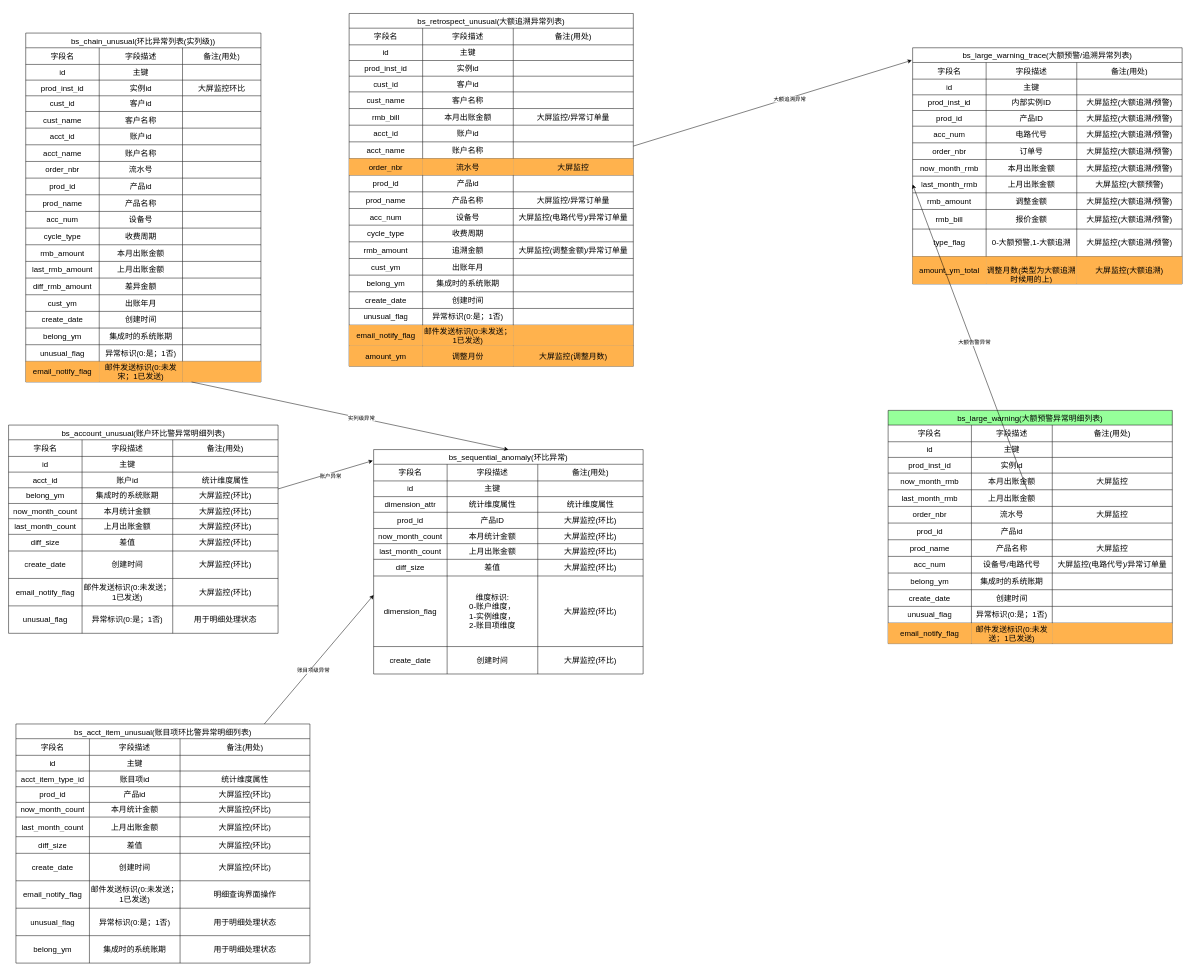
Before: page "表结构" (1 of 3) of 环比异常设计.drawio in kunge2013/draw_view, a draw.io diagram. Source tidied: cells renumbered, new cells numbered last; positions are measured from the earlier drawing's top-left corner, leaving out a move shared by most shapes. Both pictures are drawn from the tidied source at 49%, with x=0, y=0 at pixel (8, 13).
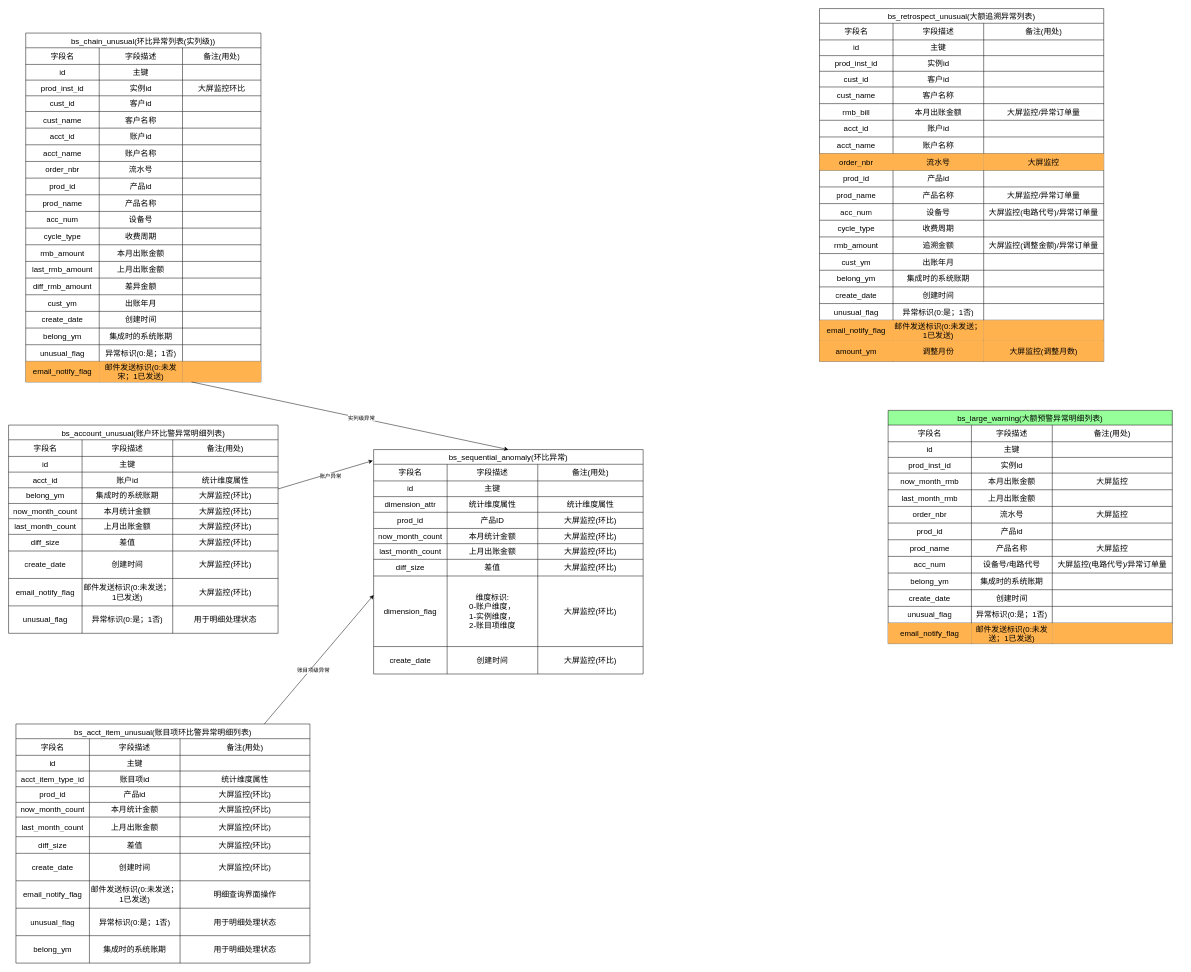
Above is the later version.

Commit message:
更新环比异常设计.drawio

The change refers to these unchanged cells:
```xml
<mxCell id="232" style="shape=tableRow;horizontal=0;startSize=0;swimlaneHead=0;swimlaneBody=0;strokeColor=inherit;top=0;left=0;bottom=0;right=0;fillColor=none;points=[[0,0.5],[1,0.5]];portConstraint=eastwest;fontSize=16;" parent="215" vertex="1">
  <mxGeometry y="162" width="580" height="34" as="geometry" />
</mxCell>
```

Change to the diagram source:
```diff
@@
-    <mxCell id="83" style="edgeStyle=none;rounded=0;jettySize=auto;html=1;entryX=-0.003;entryY=0.053;entryDx=0;entryDy=0;entryPerimeter=0;" parent="1" edge="1" source="85" target="166">
-      <mxGeometry relative="1" as="geometry" />
-    </mxCell>
-    <mxCell id="84" value="大额追溯异常" style="edgeLabel;html=1;align=center;verticalAlign=middle;" parent="83" vertex="1">
-      <mxGeometry x="0.12" y="-2" relative="1" as="geometry" />
-    </mxCell>
     <mxCell id="85" value="bs_retrospect_unusual(大额追溯异常列表)" style="shape=table;startSize=30;childLayout=tableLayout;strokeColor=default;fontSize=16;" parent="1" vertex="1">
-      <mxGeometry x="695" width="580" height="720" as="geometry" />
+      <mxGeometry x="1655" y="-10" width="580" height="720" as="geometry" />
     </mxCell>
@@
-    <mxCell id="166" value="bs_large_warning_trace(大额预警/追溯异常列表)" style="shape=table;startSize=30;childLayout=tableLayout;strokeColor=default;fontSize=16;" parent="1" vertex="1">
-      <mxGeometry x="1845" y="70" width="550" height="482" as="geometry" />
-    </mxCell>
-    <mxCell id="167" style="shape=tableRow;horizontal=0;startSize=0;swimlaneHead=0;swimlaneBody=0;strokeColor=inherit;top=0;left=0;bottom=0;right=0;fillColor=none;fontSize=16;" parent="166" vertex="1">
-      <mxGeometry y="30" width="550" height="34" as="geometry" />
-    </mxCell>
-    <mxCell id="168" value="字段名" style="shape=partialRectangle;html=1;whiteSpace=wrap;strokeColor=inherit;overflow=hidden;fillColor=none;top=0;left=0;bottom=0;right=0;fontSize=16;align=center;" parent="167" vertex="1">
-      <mxGeometry width="150" height="34" as="geometry" />
-    </mxCell>
-    <mxCell id="169" value="字段描述" style="shape=partialRectangle;html=1;whiteSpace=wrap;strokeColor=inherit;overflow=hidden;fillColor=none;top=0;left=0;bottom=0;right=0;fontSize=16;" parent="167" vertex="1">
-      <mxGeometry x="150" width="185" height="34" as="geometry" />
-    </mxCell>
-    <mxCell id="170" value="&lt;span style=&quot;color: rgb(0, 0, 0); font-family: Helvetica; font-size: 16px; font-style: normal; font-variant-ligatures: normal; font-variant-caps: normal; font-weight: 400; letter-spacing: normal; orphans: 2; text-align: center; text-indent: 0px; text-transform: none; widows: 2; word-spacing: 0px; -webkit-text-stroke-width: 0px; background-color: rgb(251, 251, 251); text-decoration-thickness: initial; text-decoration-style: initial; text-decoration-color: initial; float: none; display: inline !important;&quot;&gt;备注(用处)&lt;/span&gt;" style="shape=partialRectangle;html=1;whiteSpace=wrap;strokeColor=inherit;overflow=hidden;fillColor=none;top=0;left=0;bottom=0;right=0;fontSize=16;" parent="167" vertex="1">
-      <mxGeometry x="335" width="215" height="34" as="geometry" />
-    </mxCell>
-    <mxCell id="171" style="shape=tableRow;horizontal=0;startSize=0;swimlaneHead=0;swimlaneBody=0;strokeColor=inherit;top=0;left=0;bottom=0;right=0;fillColor=none;fontSize=16;" parent="166" vertex="1">
-      <mxGeometry y="64" width="550" height="32" as="geometry" />
-    </mxCell>
-    <mxCell id="172" value="id" style="shape=partialRectangle;html=1;whiteSpace=wrap;strokeColor=inherit;overflow=hidden;fillColor=none;top=0;left=0;bottom=0;right=0;fontSize=16;" parent="171" vertex="1">
-      <mxGeometry width="150" height="32" as="geometry" />
-    </mxCell>
-    <mxCell id="173" value="主键" style="shape=partialRectangle;html=1;whiteSpace=wrap;strokeColor=inherit;overflow=hidden;fillColor=none;top=0;left=0;bottom=0;right=0;fontSize=16;" parent="171" vertex="1">
-      <mxGeometry x="150" width="185" height="32" as="geometry" />
-    </mxCell>
-    <mxCell id="174" style="shape=partialRectangle;html=1;whiteSpace=wrap;strokeColor=inherit;overflow=hidden;fillColor=none;top=0;left=0;bottom=0;right=0;fontSize=16;" parent="171" vertex="1">
-      <mxGeometry x="335" width="215" height="32" as="geometry" />
-    </mxCell>
-    <mxCell id="175" style="shape=tableRow;horizontal=0;startSize=0;swimlaneHead=0;swimlaneBody=0;strokeColor=inherit;top=0;left=0;bottom=0;right=0;fillColor=none;fontSize=16;" parent="166" vertex="1">
-      <mxGeometry y="96" width="550" height="32" as="geometry" />
-    </mxCell>
-    <mxCell id="176" value="prod_inst_id" style="shape=partialRectangle;html=1;whiteSpace=wrap;strokeColor=inherit;overflow=hidden;fillColor=none;top=0;left=0;bottom=0;right=0;fontSize=16;" parent="175" vertex="1">
-      <mxGeometry width="150" height="32" as="geometry" />
-    </mxCell>
-    <mxCell id="177" value="内部实例ID" style="shape=partialRectangle;html=1;whiteSpace=wrap;strokeColor=inherit;overflow=hidden;fillColor=none;top=0;left=0;bottom=0;right=0;fontSize=16;" parent="175" vertex="1">
-      <mxGeometry x="150" width="185" height="32" as="geometry" />
-    </mxCell>
-    <mxCell id="178" value="大屏监控(大额追溯/预警)" style="shape=partialRectangle;html=1;whiteSpace=wrap;strokeColor=inherit;overflow=hidden;fillColor=none;top=0;left=0;bottom=0;right=0;fontSize=16;" parent="175" vertex="1">
-      <mxGeometry x="335" width="215" height="32" as="geometry" />
-    </mxCell>
-    <mxCell id="179" style="shape=tableRow;horizontal=0;startSize=0;swimlaneHead=0;swimlaneBody=0;strokeColor=inherit;top=0;left=0;bottom=0;right=0;fillColor=none;fontSize=16;" parent="166" vertex="1">
-      <mxGeometry y="128" width="550" height="32" as="geometry" />
-    </mxCell>
-    <mxCell id="180" value="prod_id" style="shape=partialRectangle;html=1;whiteSpace=wrap;strokeColor=inherit;overflow=hidden;fillColor=none;top=0;left=0;bottom=0;right=0;fontSize=16;" parent="179" vertex="1">
-      <mxGeometry width="150" height="32" as="geometry" />
-    </mxCell>
-    <mxCell id="181" value="产品ID" style="shape=partialRectangle;html=1;whiteSpace=wrap;strokeColor=inherit;overflow=hidden;fillColor=none;top=0;left=0;bottom=0;right=0;fontSize=16;" parent="179" vertex="1">
-      <mxGeometry x="150" width="185" height="32" as="geometry" />
-    </mxCell>
-    <mxCell id="182" value="大屏监控(大额追溯/预警)" style="shape=partialRectangle;html=1;whiteSpace=wrap;strokeColor=inherit;overflow=hidden;fillColor=none;top=0;left=0;bottom=0;right=0;fontSize=16;" parent="179" vertex="1">
-      <mxGeometry x="335" width="215" height="32" as="geometry" />
-    </mxCell>
-    <mxCell id="183" style="shape=tableRow;horizontal=0;startSize=0;swimlaneHead=0;swimlaneBody=0;strokeColor=inherit;top=0;left=0;bottom=0;right=0;fillColor=none;fontSize=16;" parent="166" vertex="1">
-      <mxGeometry y="160" width="550" height="34" as="geometry" />
-    </mxCell>
-    <mxCell id="184" value="acc_num" style="shape=partialRectangle;html=1;whiteSpace=wrap;strokeColor=inherit;overflow=hidden;fillColor=none;top=0;left=0;bottom=0;right=0;fontSize=16;" parent="183" vertex="1">
-      <mxGeometry width="150" height="34" as="geometry" />
-    </mxCell>
-    <mxCell id="185" value="电路代号" style="shape=partialRectangle;html=1;whiteSpace=wrap;strokeColor=inherit;overflow=hidden;fillColor=none;top=0;left=0;bottom=0;right=0;fontSize=16;" parent="183" vertex="1">
-      <mxGeometry x="150" width="185" height="34" as="geometry" />
-    </mxCell>
-    <mxCell id="186" value="大屏监控(大额追溯/预警)" style="shape=partialRectangle;html=1;whiteSpace=wrap;strokeColor=inherit;overflow=hidden;fillColor=none;top=0;left=0;bottom=0;right=0;fontSize=16;" parent="183" vertex="1">
-      <mxGeometry x="335" width="215" height="34" as="geometry" />
-    </mxCell>
-    <mxCell id="187" style="shape=tableRow;horizontal=0;startSize=0;swimlaneHead=0;swimlaneBody=0;strokeColor=inherit;top=0;left=0;bottom=0;right=0;fillColor=none;fontSize=16;" parent="166" vertex="1">
-      <mxGeometry y="194" width="550" height="34" as="geometry" />
-    </mxCell>
-    <mxCell id="188" value="order_nbr" style="shape=partialRectangle;html=1;whiteSpace=wrap;strokeColor=inherit;overflow=hidden;fillColor=none;top=0;left=0;bottom=0;right=0;fontSize=16;" parent="187" vertex="1">
-      <mxGeometry width="150" height="34" as="geometry" />
-    </mxCell>
-    <mxCell id="189" value="订单号" style="shape=partialRectangle;html=1;whiteSpace=wrap;strokeColor=inherit;overflow=hidden;fillColor=none;top=0;left=0;bottom=0;right=0;fontSize=16;" parent="187" vertex="1">
-      <mxGeometry x="150" width="185" height="34" as="geometry" />
-    </mxCell>
-    <mxCell id="190" value="大屏监控(大额追溯/预警)" style="shape=partialRectangle;html=1;whiteSpace=wrap;strokeColor=inherit;overflow=hidden;fillColor=none;top=0;left=0;bottom=0;right=0;fontSize=16;" parent="187" vertex="1">
-      <mxGeometry x="335" width="215" height="34" as="geometry" />
-    </mxCell>
-    <mxCell id="191" style="shape=tableRow;horizontal=0;startSize=0;swimlaneHead=0;swimlaneBody=0;strokeColor=inherit;top=0;left=0;bottom=0;right=0;fillColor=none;fontSize=16;" parent="166" vertex="1">
-      <mxGeometry y="228" width="550" height="34" as="geometry" />
-    </mxCell>
-    <mxCell id="192" value="now_month_rmb" style="shape=partialRectangle;html=1;whiteSpace=wrap;strokeColor=inherit;overflow=hidden;fillColor=none;top=0;left=0;bottom=0;right=0;fontSize=16;" parent="191" vertex="1">
-      <mxGeometry width="150" height="34" as="geometry" />
-    </mxCell>
-    <mxCell id="193" value="本月出账金额" style="shape=partialRectangle;html=1;whiteSpace=wrap;strokeColor=inherit;overflow=hidden;fillColor=none;top=0;left=0;bottom=0;right=0;fontSize=16;" parent="191" vertex="1">
-      <mxGeometry x="150" width="185" height="34" as="geometry" />
-    </mxCell>
-    <mxCell id="194" value="大屏监控(大额追溯/预警)" style="shape=partialRectangle;html=1;whiteSpace=wrap;strokeColor=inherit;overflow=hidden;fillColor=none;top=0;left=0;bottom=0;right=0;fontSize=16;" parent="191" vertex="1">
-      <mxGeometry x="335" width="215" height="34" as="geometry" />
-    </mxCell>
-    <mxCell id="195" style="shape=tableRow;horizontal=0;startSize=0;swimlaneHead=0;swimlaneBody=0;strokeColor=inherit;top=0;left=0;bottom=0;right=0;fillColor=none;points=[[0,0.5],[1,0.5]];portConstraint=eastwest;fontSize=16;" parent="166" vertex="1">
-      <mxGeometry y="262" width="550" height="34" as="geometry" />
-    </mxCell>
-    <mxCell id="196" value="last_month_rmb" style="shape=partialRectangle;html=1;whiteSpace=wrap;strokeColor=inherit;overflow=hidden;fillColor=none;top=0;left=0;bottom=0;right=0;fontSize=16;" parent="195" vertex="1">
-      <mxGeometry width="150" height="34" as="geometry" />
-    </mxCell>
-    <mxCell id="197" value="上月出账金额" style="shape=partialRectangle;html=1;whiteSpace=wrap;strokeColor=inherit;overflow=hidden;fillColor=none;top=0;left=0;bottom=0;right=0;fontSize=16;" parent="195" vertex="1">
-      <mxGeometry x="150" width="185" height="34" as="geometry" />
-    </mxCell>
-    <mxCell id="198" value="大屏监控(大额预警)" style="shape=partialRectangle;html=1;whiteSpace=wrap;strokeColor=inherit;overflow=hidden;fillColor=none;top=0;left=0;bottom=0;right=0;fontSize=16;" parent="195" vertex="1">
-      <mxGeometry x="335" width="215" height="34" as="geometry" />
-    </mxCell>
-    <mxCell id="199" style="shape=tableRow;horizontal=0;startSize=0;swimlaneHead=0;swimlaneBody=0;strokeColor=inherit;top=0;left=0;bottom=0;right=0;fillColor=none;fontSize=16;" parent="166" vertex="1">
-      <mxGeometry y="296" width="550" height="34" as="geometry" />
-    </mxCell>
-    <mxCell id="200" value="rmb_amount" style="shape=partialRectangle;html=1;whiteSpace=wrap;strokeColor=inherit;overflow=hidden;fillColor=none;top=0;left=0;bottom=0;right=0;fontSize=16;" parent="199" vertex="1">
-      <mxGeometry width="150" height="34" as="geometry" />
-    </mxCell>
-    <mxCell id="201" value="调整金额" style="shape=partialRectangle;html=1;whiteSpace=wrap;strokeColor=inherit;overflow=hidden;fillColor=none;top=0;left=0;bottom=0;right=0;fontSize=16;" parent="199" vertex="1">
-      <mxGeometry x="150" width="185" height="34" as="geometry" />
-    </mxCell>
-    <mxCell id="202" value="大屏监控(大额追溯/预警)" style="shape=partialRectangle;html=1;whiteSpace=wrap;strokeColor=inherit;overflow=hidden;fillColor=none;top=0;left=0;bottom=0;right=0;fontSize=16;" parent="199" vertex="1">
-      <mxGeometry x="335" width="215" height="34" as="geometry" />
-    </mxCell>
-    <mxCell id="203" style="shape=tableRow;horizontal=0;startSize=0;swimlaneHead=0;swimlaneBody=0;strokeColor=inherit;top=0;left=0;bottom=0;right=0;fillColor=none;fontSize=16;" parent="166" vertex="1">
-      <mxGeometry y="330" width="550" height="40" as="geometry" />
-    </mxCell>
-    <mxCell id="204" value="rmb_bill" style="shape=partialRectangle;html=1;whiteSpace=wrap;strokeColor=inherit;overflow=hidden;fillColor=none;top=0;left=0;bottom=0;right=0;fontSize=16;" parent="203" vertex="1">
-      <mxGeometry width="150" height="40" as="geometry" />
-    </mxCell>
-    <mxCell id="205" value="报价金额" style="shape=partialRectangle;html=1;whiteSpace=wrap;strokeColor=inherit;overflow=hidden;fillColor=none;top=0;left=0;bottom=0;right=0;fontSize=16;" parent="203" vertex="1">
-      <mxGeometry x="150" width="185" height="40" as="geometry" />
-    </mxCell>
-    <mxCell id="206" value="大屏监控(大额追溯/预警)" style="shape=partialRectangle;html=1;whiteSpace=wrap;strokeColor=inherit;overflow=hidden;fillColor=none;top=0;left=0;bottom=0;right=0;fontSize=16;" parent="203" vertex="1">
-      <mxGeometry x="335" width="215" height="40" as="geometry" />
-    </mxCell>
-    <mxCell id="207" style="shape=tableRow;horizontal=0;startSize=0;swimlaneHead=0;swimlaneBody=0;strokeColor=inherit;top=0;left=0;bottom=0;right=0;fillColor=none;fontSize=16;" parent="166" vertex="1">
-      <mxGeometry y="370" width="550" height="56" as="geometry" />
-    </mxCell>
-    <mxCell id="208" value="type_flag" style="shape=partialRectangle;html=1;whiteSpace=wrap;strokeColor=inherit;overflow=hidden;fillColor=none;top=0;left=0;bottom=0;right=0;fontSize=16;" parent="207" vertex="1">
-      <mxGeometry width="150" height="56" as="geometry" />
-    </mxCell>
-    <mxCell id="209" value="0-大额预警,1-大额追溯" style="shape=partialRectangle;html=1;whiteSpace=wrap;strokeColor=inherit;overflow=hidden;fillColor=none;top=0;left=0;bottom=0;right=0;fontSize=16;" parent="207" vertex="1">
-      <mxGeometry x="150" width="185" height="56" as="geometry" />
-    </mxCell>
-    <mxCell id="210" value="大屏监控(大额追溯/预警)" style="shape=partialRectangle;html=1;whiteSpace=wrap;strokeColor=inherit;overflow=hidden;fillColor=none;top=0;left=0;bottom=0;right=0;fontSize=16;" parent="207" vertex="1">
-      <mxGeometry x="335" width="215" height="56" as="geometry" />
-    </mxCell>
-    <mxCell id="211" style="shape=tableRow;horizontal=0;startSize=0;swimlaneHead=0;swimlaneBody=0;strokeColor=inherit;top=0;left=0;bottom=0;right=0;fillColor=none;fontSize=16;" parent="166" vertex="1">
-      <mxGeometry y="426" width="550" height="56" as="geometry" />
-    </mxCell>
-    <mxCell id="212" value="amount_ym_total" style="shape=partialRectangle;html=1;whiteSpace=wrap;strokeColor=inherit;overflow=hidden;fillColor=#FFB24D;top=0;left=0;bottom=0;right=0;fontSize=16;" parent="211" vertex="1">
-      <mxGeometry width="150" height="56" as="geometry" />
-    </mxCell>
-    <mxCell id="213" value="&lt;p class=&quot;MsoNormal&quot;&gt;调整月数(类型为大额追溯时候用的上)&lt;/p&gt;" style="shape=partialRectangle;html=1;whiteSpace=wrap;strokeColor=inherit;overflow=hidden;fillColor=#FFB24D;top=0;left=0;bottom=0;right=0;fontSize=16;" parent="211" vertex="1">
-      <mxGeometry x="150" width="185" height="56" as="geometry" />
-    </mxCell>
-    <mxCell id="214" value="大屏监控(大额追溯)" style="shape=partialRectangle;html=1;whiteSpace=wrap;strokeColor=inherit;overflow=hidden;fillColor=#FFB24D;top=0;left=0;bottom=0;right=0;fontSize=16;" parent="211" vertex="1">
-      <mxGeometry x="335" width="215" height="56" as="geometry" />
-    </mxCell>
@@
-    <mxCell id="268" style="edgeStyle=none;rounded=0;jettySize=auto;html=1;entryX=0;entryY=0.5;entryDx=0;entryDy=0;" parent="1" edge="1" source="232" target="195">
-      <mxGeometry relative="1" as="geometry" />
-    </mxCell>
-    <mxCell id="269" value="大额告警异常" style="edgeLabel;html=1;align=center;verticalAlign=middle;" parent="268" vertex="1">
-      <mxGeometry x="-0.04" y="-4" relative="1" as="geometry" />
-    </mxCell>
```
